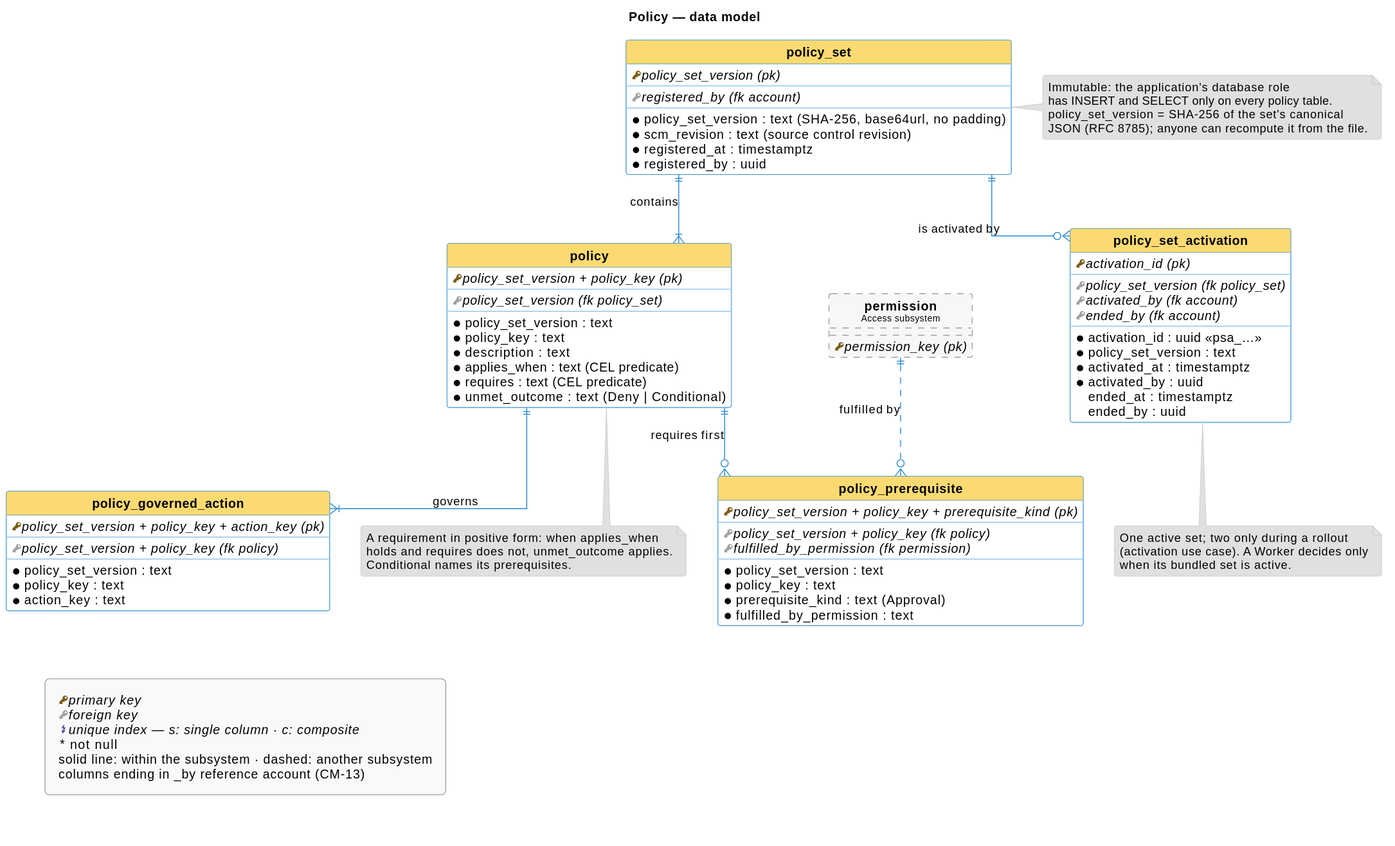
Before: tech-docs/diagrams/policy.svg, a diagram exported from PlantUML (bitscrafter/entitlement-assistant-lab). The source it was exported from:
```plantuml
@startuml
!define primary_key(x) <i><color:#7B5A12><&key></color>x</i>
!define foreign_key(x) <i><color:#A0A0A0><&key></color>x</i>
!define unique_index(x) <i><color:#5050A0><&flash></color>x</i>

skinparam {
	classBackgroundColor transparent
	classheaderBackgroundColor #FCDA72
	arrowColor #2688D4
	classBorderColor #2688D4
	handwritten false
	shadowing false
	noteBackgroundColor #E0E0E0
	noteBorderColor #C0C0C0
	maxMessageSize 200
	svgLinkTarget _blank
	roundCorner 5

	linetype ortho
	pageMargin 50
}

hide circle

<style>
	legend {
		BackgroundColor #F9F9F9
		LineColor #A0A0A0
		Margin 50
		Padding 15
		RoundCorner 10
	}
</style>

title Policy — data model

entity "**policy_set**" as policy_set {
	primary_key(policy_set_version (pk))
	__
	foreign_key(registered_by (fk account))
	__
	* policy_set_version : text (SHA-256, base64url, no padding)
	* scm_revision : text (source control revision)
	* registered_at : timestamptz
	* registered_by : uuid
}

entity "**policy**" as policy {
	primary_key(policy_set_version + policy_key (pk))
	__
	foreign_key(policy_set_version (fk policy_set))
	__
	* policy_set_version : text
	* policy_key : text
	* description : text
	* applies_when : text (CEL predicate)
	* requires : text (CEL predicate)
	* unmet_outcome : text (Deny | Conditional)
}

entity "**policy_governed_action**" as policy_governed_action {
	primary_key(policy_set_version + policy_key + action_key (pk))
	__
	foreign_key(policy_set_version + policy_key (fk policy))
	__
	* policy_set_version : text
	* policy_key : text
	* action_key : text
}

entity "**policy_prerequisite**" as policy_prerequisite {
	primary_key(policy_set_version + policy_key + prerequisite_kind (pk))
	__
	foreign_key(policy_set_version + policy_key (fk policy))
	foreign_key(fulfilled_by_permission (fk permission))
	__
	* policy_set_version : text
	* policy_key : text
	* prerequisite_kind : text (Approval)
	* fulfilled_by_permission : text
}

entity "**policy_set_activation**" as policy_set_activation {
	primary_key(activation_id (pk))
	__
	foreign_key(policy_set_version (fk policy_set))
	foreign_key(activated_by (fk account))
	foreign_key(ended_by (fk account))
	__
	* activation_id : uuid «psa_…»
	* policy_set_version : text
	* activated_at : timestamptz
	* activated_by : uuid
	ended_at : timestamptz
	ended_by : uuid
}

entity "**permission**\n<size:10>Access subsystem</size>" as permission #F7F7F7 ##[dashed]A0A0A0 {
	primary_key(permission_key (pk))
}


policy_set ||--|{ policy : contains
policy ||--|{ policy_governed_action : governs
policy ||--o{ policy_prerequisite : requires first
permission ||..o{ policy_prerequisite : fulfilled by
policy_set ||--o{ policy_set_activation : is activated by

note right of policy_set
	Immutable: the application's database role
	has INSERT and SELECT only on every policy table.
	policy_set_version = SHA-256 of the set's canonical
	JSON (RFC 8785); anyone can recompute it from the file.
end note

note bottom of policy
	A requirement in positive form: when applies_when
	holds and requires does not, unmet_outcome applies.
	Conditional names its prerequisites.
end note

note bottom of policy_set_activation
	One active set; two only during a rollout
	(activation use case). A Worker decides only
	when its bundled set is active.
end note

legend bottom left
	primary_key(primary key)
	foreign_key(foreign key)
	unique_index(unique index — s: single column · c: composite)
	""*"" not null
	solid line: within the subsystem · dashed: another subsystem
	columns ending in _by reference account (CM-13)
endlegend
@enduml
```
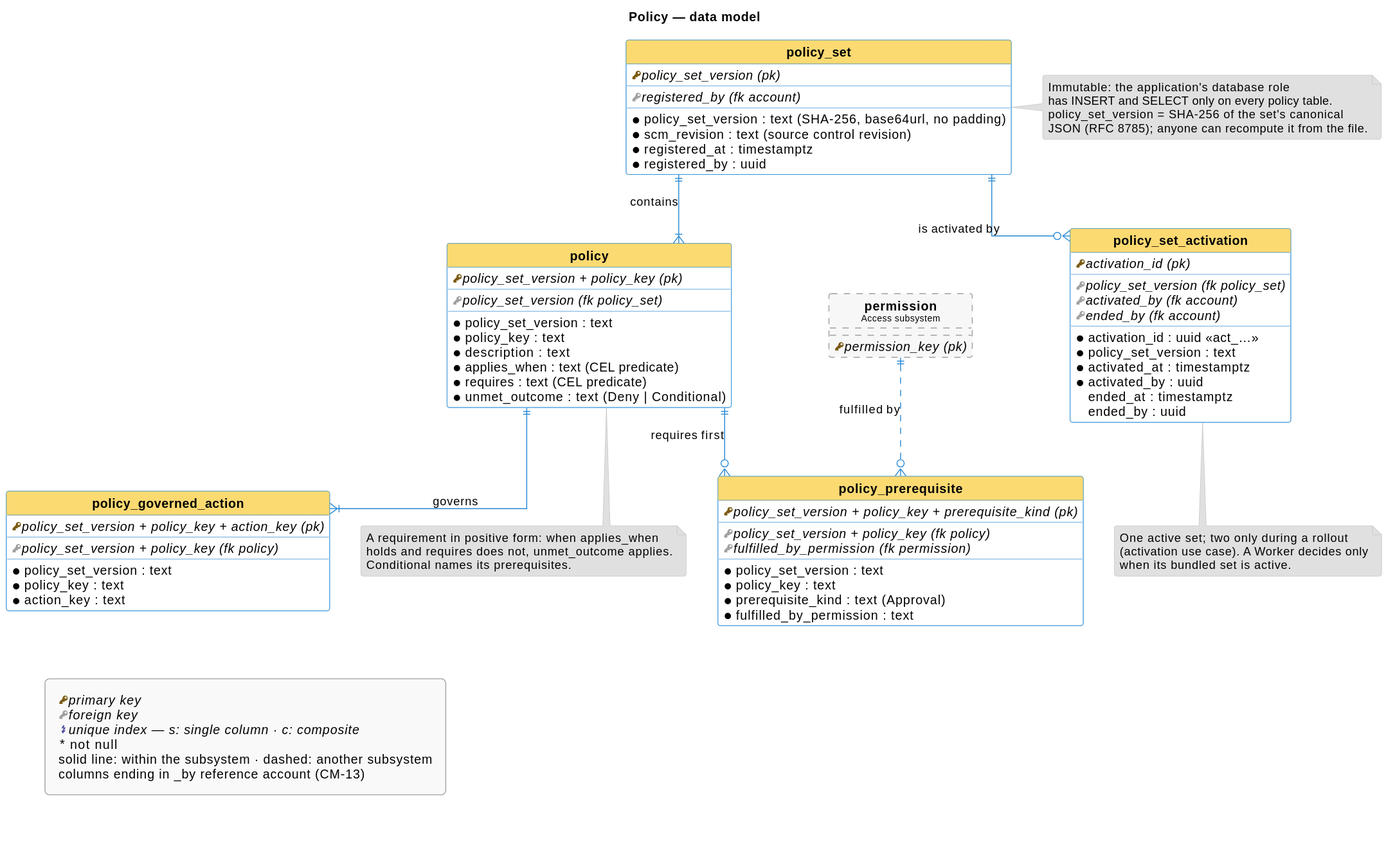
Later version of the same file.

Diff of the diagram source:
```diff
@@ -87,7 +87,7 @@
 	foreign_key(activated_by (fk account))
 	foreign_key(ended_by (fk account))
 	__
-	* activation_id : uuid «psa_…»
+	* activation_id : uuid «act_…»
 	* policy_set_version : text
 	* activated_at : timestamptz
 	* activated_by : uuid
```
